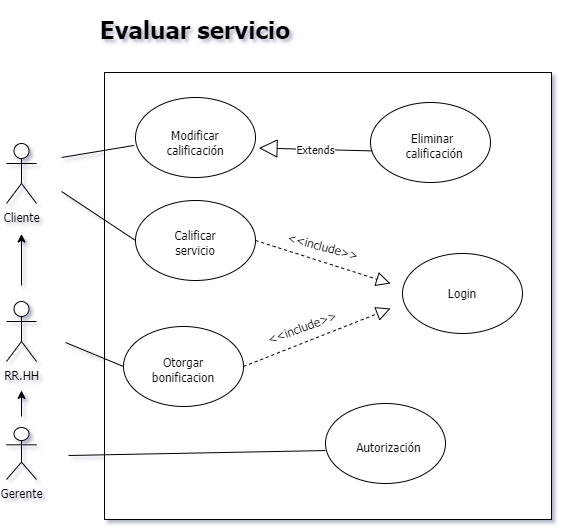
This is autenticarUsuario.png from ImSe6as/diagramas, a draw.io export, as it was before one commit. Source tidied: cells renumbered, new cells last; positions are measured from the earlier drawing's top-left corner, leaving out a move shared by most shapes.
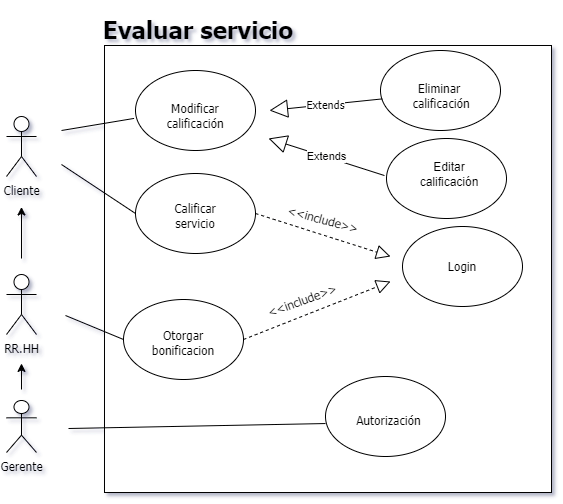
The same diagram one commit later.

The edit, as a diff of the source:
```diff
@@ -23,7 +23,7 @@
       <mxGeometry x="319" y="388" width="120" height="80" as="geometry" />
     </mxCell>
     <mxCell id="8" value="&lt;h1&gt;Evaluar servicio&lt;/h1&gt;" style="text;html=1;strokeColor=none;fillColor=none;align=center;verticalAlign=middle;whiteSpace=wrap;rounded=0;fontFamily=Tahoma;" parent="1" vertex="1">
-      <mxGeometry x="65" width="248" height="30" as="geometry" />
+      <mxGeometry x="68" y="27" width="248" height="30" as="geometry" />
     </mxCell>
     <mxCell id="9" value="Autorización" style="text;html=1;strokeColor=none;fillColor=none;align=center;verticalAlign=middle;whiteSpace=wrap;rounded=0;fontFamily=Tahoma;" parent="1" vertex="1">
       <mxGeometry x="345" y="417" width="75" height="30" as="geometry" />
@@ -69,15 +69,17 @@
       <mxGeometry x="129" y="82" width="120" height="80" as="geometry" />
     </mxCell>
     <mxCell id="20" style="ellipse;whiteSpace=wrap;html=1;fontFamily=Tahoma;strokeColor=default;" parent="1" vertex="1">
-      <mxGeometry x="364" y="87" width="120" height="80" as="geometry" />
+      <mxGeometry x="374" y="62" width="120" height="80" as="geometry" />
     </mxCell>
     <mxCell id="21" style="endArrow=block;dashed=1;endFill=0;endSize=12;html=1;rounded=0;fontFamily=Tahoma;exitX=1;exitY=0.5;exitDx=0;exitDy=0;" parent="1" edge="1" source="4">
       <mxGeometry relative="1" as="geometry">
         <mxPoint x="384" y="268" as="targetPoint" />
       </mxGeometry>
     </mxCell>
-    <mxCell id="22" value="Extends" style="endArrow=block;endSize=16;endFill=0;html=1;rounded=0;fontFamily=Tahoma;exitX=0.015;exitY=0.605;exitDx=0;exitDy=0;entryX=1.029;entryY=0.632;entryDx=0;entryDy=0;entryPerimeter=0;exitPerimeter=0;" parent="1" edge="1" source="20" target="19">
-      <mxGeometry relative="1" as="geometry" />
+    <mxCell id="22" value="Extends" style="endArrow=block;endSize=16;endFill=0;html=1;rounded=0;fontFamily=Tahoma;exitX=0.015;exitY=0.605;exitDx=0;exitDy=0;exitPerimeter=0;" parent="1" edge="1" source="20">
+      <mxGeometry relative="1" as="geometry">
+        <mxPoint x="263" y="122" as="targetPoint" />
+      </mxGeometry>
     </mxCell>
     <mxCell id="23" style="endArrow=none;html=1;rounded=0;fontFamily=Tahoma;entryX=-0.012;entryY=0.599;entryDx=0;entryDy=0;entryPerimeter=0;" parent="1" edge="1" target="19">
       <mxGeometry relative="1" as="geometry">
@@ -88,7 +90,7 @@
       <mxGeometry x="159" y="112" width="60" height="30" as="geometry" />
     </mxCell>
     <mxCell id="25" value="Eliminar&amp;nbsp;&lt;br&gt;calificación" style="text;html=1;strokeColor=none;fillColor=none;align=center;verticalAlign=middle;whiteSpace=wrap;rounded=0;fontFamily=Tahoma;" parent="1" vertex="1">
-      <mxGeometry x="398" y="115" width="60" height="30" as="geometry" />
+      <mxGeometry x="405" y="92" width="60" height="30" as="geometry" />
     </mxCell>
     <mxCell id="26" value="Otorgar bonificacion" style="text;html=1;strokeColor=none;fillColor=none;align=center;verticalAlign=middle;whiteSpace=wrap;rounded=0;fontFamily=Tahoma;" parent="1" vertex="1">
       <mxGeometry x="147" y="339" width="60" height="30" as="geometry" />
@@ -104,5 +106,14 @@
     <mxCell id="29" value="&amp;lt;&amp;lt;include&amp;gt;&amp;gt;" style="text;html=1;strokeColor=none;fillColor=none;align=center;verticalAlign=middle;whiteSpace=wrap;rounded=0;fontFamily=Tahoma;rotation=-20;" parent="1" vertex="1">
       <mxGeometry x="266" y="297" width="60" height="30" as="geometry" />
     </mxCell>
+    <mxCell id="30" style="ellipse;whiteSpace=wrap;html=1;" parent="1" vertex="1">
+      <mxGeometry x="380" y="150" width="120" height="80" as="geometry" />
+    </mxCell>
+    <mxCell id="31" value="Extends" style="endArrow=block;endSize=16;endFill=0;html=1;rounded=0;exitX=-0.017;exitY=0.463;exitDx=0;exitDy=0;exitPerimeter=0;entryX=0.367;entryY=0.208;entryDx=0;entryDy=0;entryPerimeter=0;" parent="1" edge="1" source="30" target="2">
+      <mxGeometry relative="1" as="geometry" />
+    </mxCell>
+    <mxCell id="32" value="Editar calificación" style="text;html=1;strokeColor=none;fillColor=none;align=center;verticalAlign=middle;whiteSpace=wrap;rounded=0;" parent="1" vertex="1">
+      <mxGeometry x="413" y="171" width="60" height="30" as="geometry" />
+    </mxCell>
   </root>
 </mxGraphModel>
```
